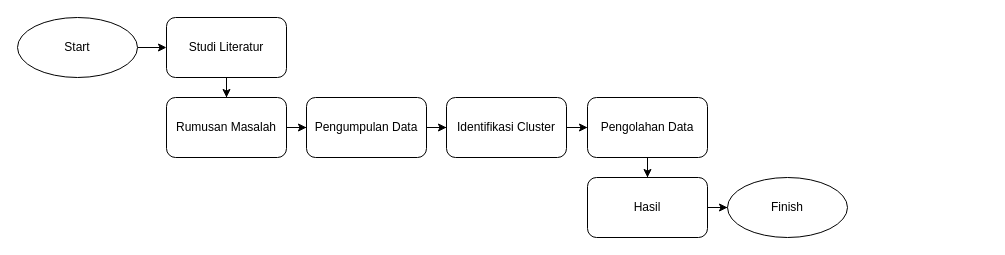
userunkn0w/flowchart keeps this draw.io diagram as TA DM.drawio. Above is the earlier version. Source tidied: cells renumbered, new cells numbered last; positions are measured from the earlier drawing's top-left corner, leaving out a move shared by most shapes. Both pictures are drawn from the tidied source at 100%, with x=0, y=0 at pixel (17, 17).
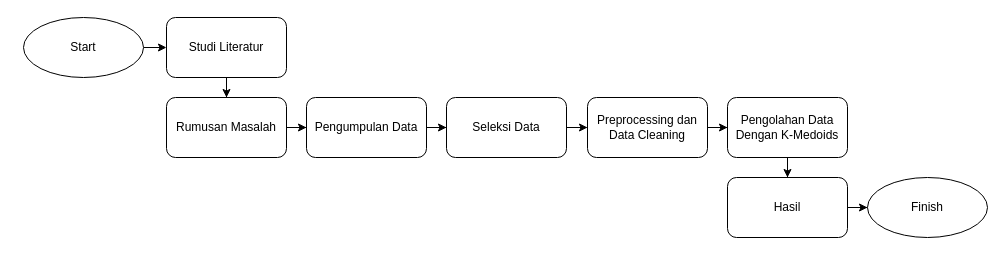
After the change.

Change to the diagram source:
```diff
@@
 <mxGraphModel>
   <root>
     <mxCell id="0" />
     <mxCell id="1" parent="0" />
     <mxCell id="2" style="edgeStyle=orthogonalEdgeStyle;rounded=0;jettySize=auto;html=1;" parent="1" edge="1" source="3" target="5">
       <mxGeometry relative="1" as="geometry" />
     </mxCell>
     <mxCell id="3" value="Start" style="ellipse;whiteSpace=wrap;html=1;" parent="1" vertex="1">
-      <mxGeometry width="120" height="60" as="geometry" />
+      <mxGeometry x="6" width="120" height="60" as="geometry" />
     </mxCell>
     <mxCell id="4" style="edgeStyle=orthogonalEdgeStyle;rounded=0;jettySize=auto;html=1;" parent="1" edge="1" source="5" target="7">
       <mxGeometry relative="1" as="geometry" />
     </mxCell>
-    <mxCell id="5" value="Studi Literatur" style="rounded=1;whiteSpace=wrap;html=1;" parent="1" vertex="1">
+    <mxCell id="5" value="Studi Literatur" style="rounded=1;whiteSpace=wrap;html=1;fontFamily=Helvetica;" parent="1" vertex="1">
       <mxGeometry x="149" width="120" height="60" as="geometry" />
     </mxCell>
     <mxCell id="6" style="edgeStyle=orthogonalEdgeStyle;rounded=0;jettySize=auto;html=1;" parent="1" edge="1" source="7" target="9">
       <mxGeometry relative="1" as="geometry" />
     </mxCell>
-    <mxCell id="7" value="Rumusan Masalah" style="rounded=1;whiteSpace=wrap;html=1;" parent="1" vertex="1">
+    <mxCell id="7" value="Rumusan Masalah" style="rounded=1;whiteSpace=wrap;html=1;fontFamily=Helvetica;" parent="1" vertex="1">
       <mxGeometry x="149" y="80" width="120" height="60" as="geometry" />
     </mxCell>
     <mxCell id="8" style="edgeStyle=orthogonalEdgeStyle;rounded=0;jettySize=auto;html=1;" parent="1" edge="1" source="9" target="11">
       <mxGeometry relative="1" as="geometry" />
     </mxCell>
-    <mxCell id="9" value="Pengumpulan Data" style="rounded=1;whiteSpace=wrap;html=1;" parent="1" vertex="1">
+    <mxCell id="9" value="Pengumpulan Data" style="rounded=1;whiteSpace=wrap;html=1;fontFamily=Helvetica;" parent="1" vertex="1">
       <mxGeometry x="289" y="80" width="120" height="60" as="geometry" />
     </mxCell>
     <mxCell id="10" style="edgeStyle=orthogonalEdgeStyle;rounded=0;jettySize=auto;html=1;" parent="1" edge="1" source="11" target="13">
       <mxGeometry relative="1" as="geometry" />
     </mxCell>
-    <mxCell id="11" value="Identifikasi Cluster" style="rounded=1;whiteSpace=wrap;html=1;" parent="1" vertex="1">
+    <mxCell id="11" value="Seleksi Data" style="rounded=1;whiteSpace=wrap;html=1;fontFamily=Helvetica;" parent="1" vertex="1">
       <mxGeometry x="429" y="80" width="120" height="60" as="geometry" />
     </mxCell>
-    <mxCell id="12" style="edgeStyle=orthogonalEdgeStyle;rounded=0;jettySize=auto;html=1;" parent="1" edge="1" source="13" target="15">
-      <mxGeometry relative="1" as="geometry" />
-    </mxCell>
+    <mxCell id="17" style="edgeStyle=orthogonalEdgeStyle;rounded=0;jettySize=auto;html=1;" parent="1" edge="1" source="13" target="19">
+      <mxGeometry relative="1" as="geometry" />
+    </mxCell>
-    <mxCell id="13" value="Pengolahan Data" style="rounded=1;whiteSpace=wrap;html=1;" parent="1" vertex="1">
+    <mxCell id="13" value="Preprocessing dan Data Cleaning" style="rounded=1;whiteSpace=wrap;html=1;fontFamily=Helvetica;" parent="1" vertex="1">
       <mxGeometry x="570" y="80" width="120" height="60" as="geometry" />
     </mxCell>
     <mxCell id="14" style="edgeStyle=orthogonalEdgeStyle;rounded=0;jettySize=auto;html=1;" parent="1" edge="1" source="15" target="16">
       <mxGeometry relative="1" as="geometry" />
     </mxCell>
-    <mxCell id="15" value="Hasil" style="rounded=1;whiteSpace=wrap;html=1;" parent="1" vertex="1">
-      <mxGeometry x="570" y="160" width="120" height="60" as="geometry" />
+    <mxCell id="15" value="Hasil" style="rounded=1;whiteSpace=wrap;html=1;fontFamily=Helvetica;" parent="1" vertex="1">
+      <mxGeometry x="710" y="160" width="120" height="60" as="geometry" />
     </mxCell>
-    <mxCell id="16" value="Finish" style="ellipse;whiteSpace=wrap;html=1;" parent="1" vertex="1">
-      <mxGeometry x="710" y="160" width="120" height="60" as="geometry" />
+    <mxCell id="16" value="Finish" style="ellipse;whiteSpace=wrap;html=1;fontFamily=Helvetica;" parent="1" vertex="1">
+      <mxGeometry x="850" y="160" width="120" height="60" as="geometry" />
     </mxCell>
+    <mxCell id="18" style="edgeStyle=orthogonalEdgeStyle;rounded=0;jettySize=auto;html=1;" parent="1" edge="1" source="19" target="15">
+      <mxGeometry relative="1" as="geometry" />
+    </mxCell>
+    <mxCell id="19" value="Pengolahan Data Dengan K-Medoids" style="rounded=1;whiteSpace=wrap;html=1;fontFamily=Helvetica;" parent="1" vertex="1">
+      <mxGeometry x="710" y="80" width="120" height="60" as="geometry" />
+    </mxCell>
   </root>
 </mxGraphModel>
```
